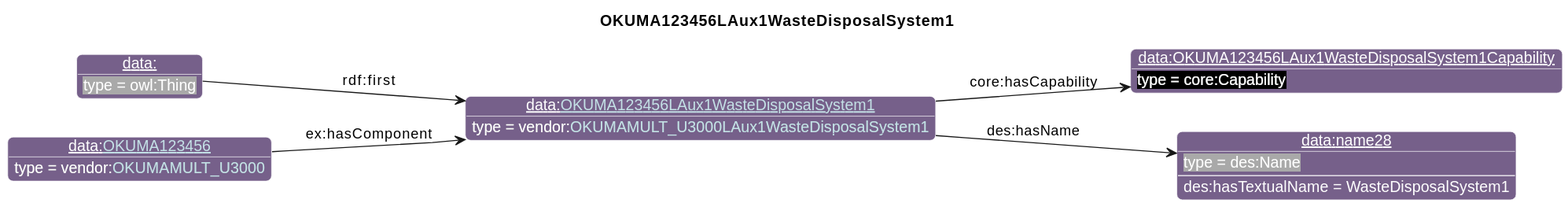
Above: diagrams/OKUMA123456LAux1WasteDisposalSystem1.svg in iofoundry/example-syseng-mtconnect (PlantUML), before the change. Its diagram source:
```plantuml
@startuml
!include ../iof.iuml

<style>
object {
  HyperlinkColor #C4E1E6
}
</style>

left to right direction
skinparam linetype polyline
title OKUMA123456LAux1WasteDisposalSystem1

!$default_direction = down

!$namespace_colors = { "bfo":"DFA702",
                      "iof":"1E90FF",
                      "ns":"Green",
                      "ns1":"76608A",
                      "core":"000000",
                      "ex":"Green",
                      "data":"76608A",
                      "vendor":"76608A",
                      "units":"8A2D3B",
                      "cmns-dsg":"3A0519",
                      "qp":"641B2E"
      }
individual(o0, data:[[./OKUMA123456LAux1WasteDisposalSystem1.html OKUMA123456LAux1WasteDisposalSystem1]], vendor:[[../OKUMA.html#OKUMAMULT_U3000LAux1WasteDisposalSystem1 OKUMAMULT_U3000LAux1WasteDisposalSystem1]])
individual(o1, data:OKUMA123456LAux1WasteDisposalSystem1Capability, core:Capability)
individual(o2, data:name28, des:Name)
individual(o3, data:, owl:Thing)
individual(o4, data:[[./OKUMA123456.html OKUMA123456]], vendor:[[../OKUMA.html#OKUMAMULT_U3000 OKUMAMULT_U3000]])
property(o0, "core:hasCapability", o1)
property(o0, "des:hasName", o2)
data(o2, "des:hasTextualName", "WasteDisposalSystem1")
property(o3, "rdf:first", o0)
property(o4, "ex:hasComponent", o0)
@enduml
```
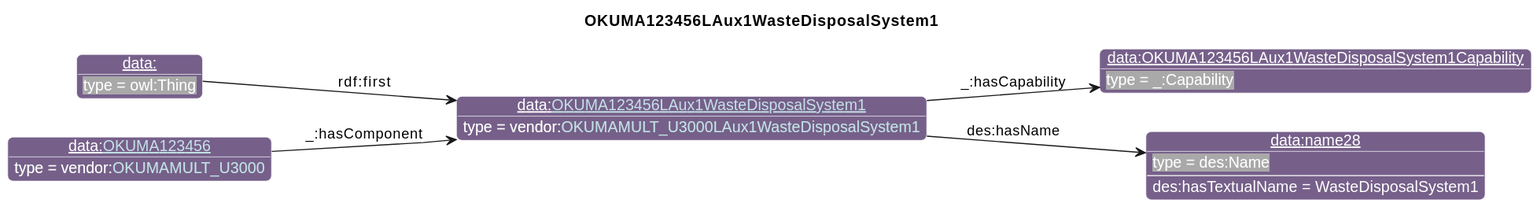
The same diagram one commit later.

Change to the diagram source:
```diff
@@ -26,13 +26,13 @@
                       "qp":"641B2E"
       }
 individual(o0, data:[[./OKUMA123456LAux1WasteDisposalSystem1.html OKUMA123456LAux1WasteDisposalSystem1]], vendor:[[../OKUMA.html#OKUMAMULT_U3000LAux1WasteDisposalSystem1 OKUMAMULT_U3000LAux1WasteDisposalSystem1]])
-individual(o1, data:OKUMA123456LAux1WasteDisposalSystem1Capability, core:Capability)
+individual(o1, data:OKUMA123456LAux1WasteDisposalSystem1Capability, _:Capability)
 individual(o2, data:name28, des:Name)
 individual(o3, data:, owl:Thing)
 individual(o4, data:[[./OKUMA123456.html OKUMA123456]], vendor:[[../OKUMA.html#OKUMAMULT_U3000 OKUMAMULT_U3000]])
-property(o0, "core:hasCapability", o1)
+property(o0, "_:hasCapability", o1)
 property(o0, "des:hasName", o2)
 data(o2, "des:hasTextualName", "WasteDisposalSystem1")
 property(o3, "rdf:first", o0)
-property(o4, "ex:hasComponent", o0)
+property(o4, "_:hasComponent", o0)
 @enduml
```
